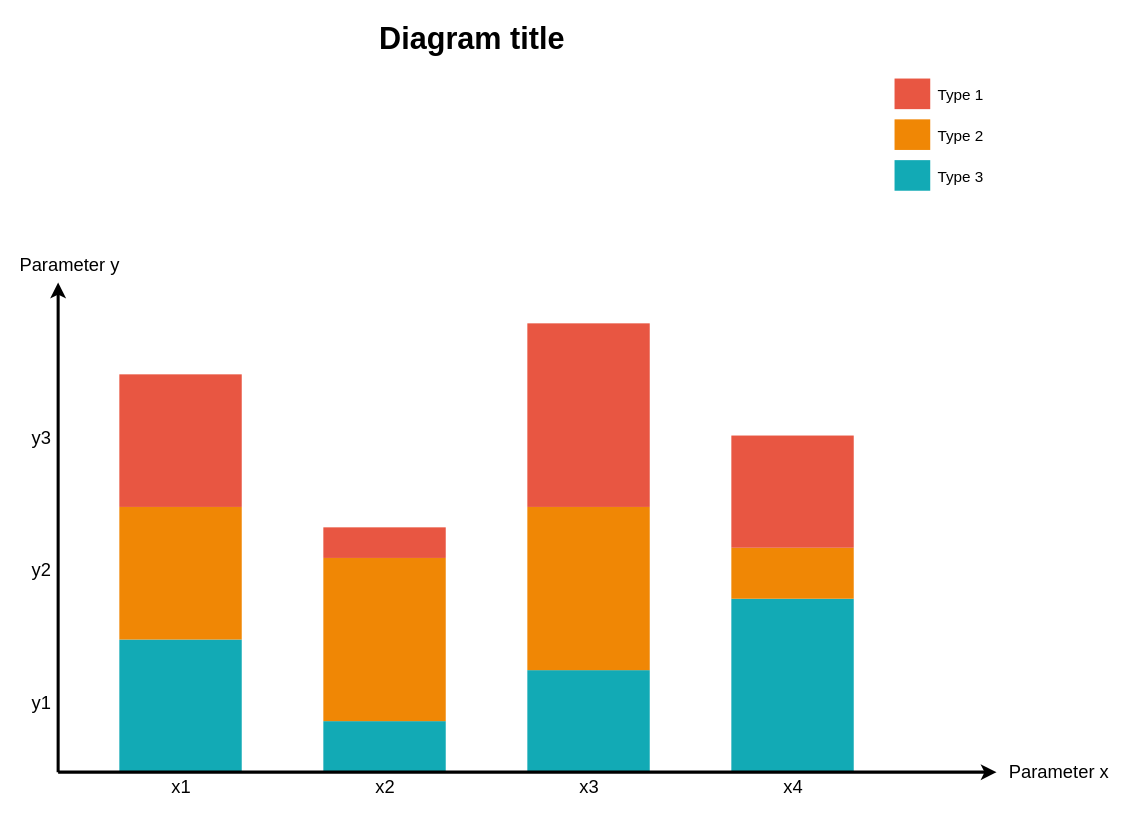
Before: test.drawio in mahdifox/Linux-Tools, a draw.io diagram. Source tidied: cells renumbered, new cells numbered last; positions are measured from the earlier drawing's top-left corner, leaving out a move shared by most shapes. Both pictures are drawn from the tidied source at 102%, with x=0, y=0 at pixel (17, 16).
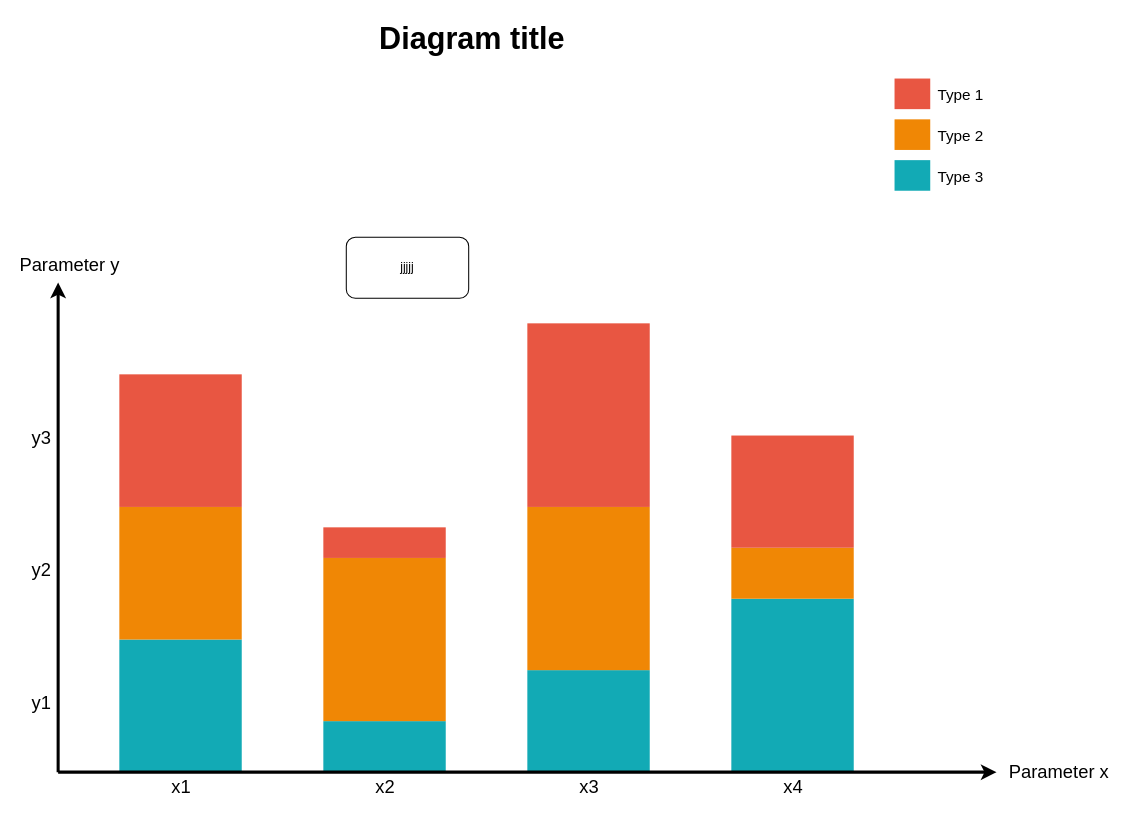
The same diagram, later.

Change to the diagram source:
```diff
@@
+    <mxCell id="32" value="jjjjj" style="rounded=1;whiteSpace=wrap;html=1;" parent="1" vertex="1">
+      <mxGeometry x="322" y="216" width="120" height="60" as="geometry" />
+    </mxCell>
```
